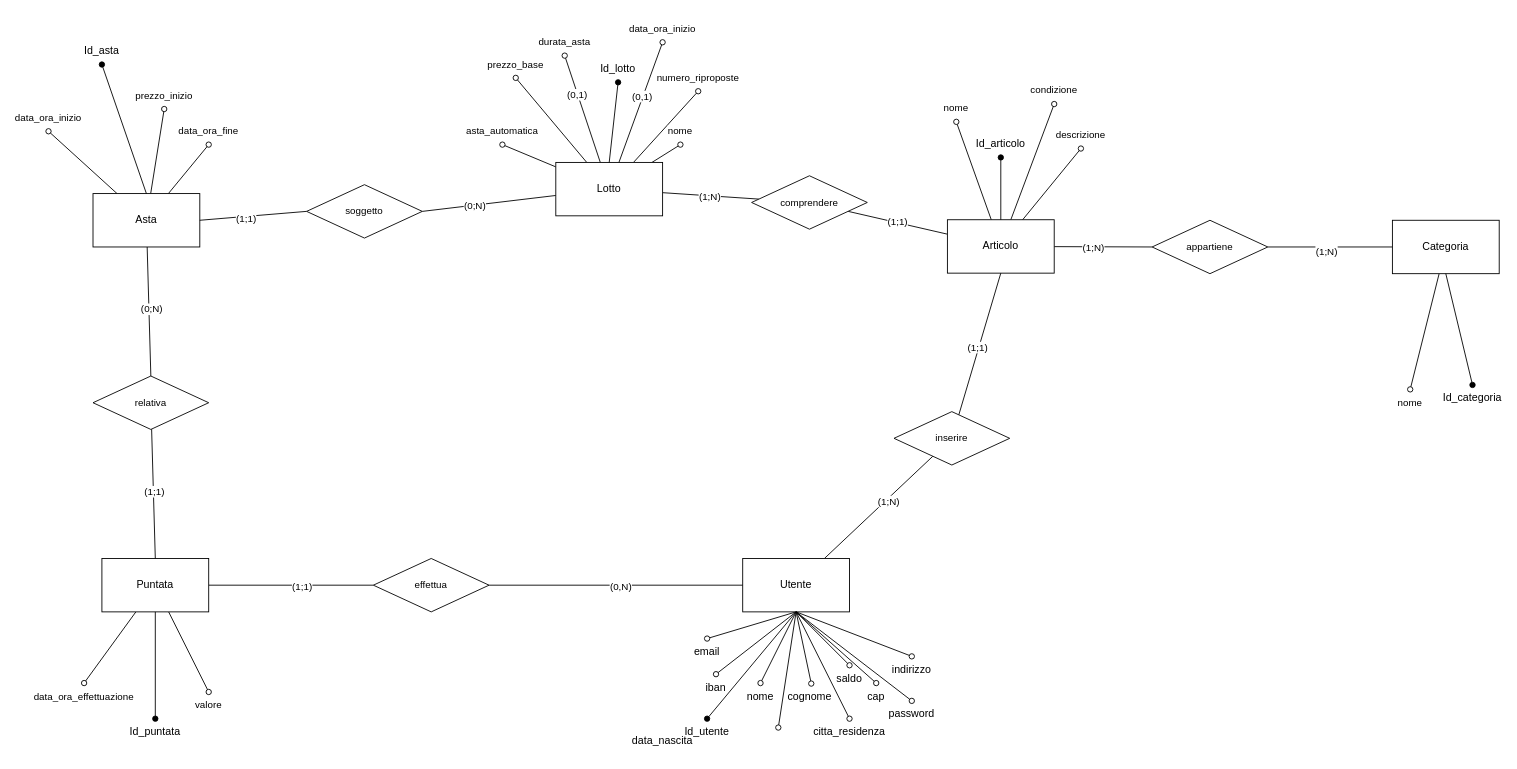
The draw.io diagram documenti/Schema_ER.drawio in Chaos-Rat/GAO, before the edit. Source tidied: cells renumbered, new cells numbered last; positions are measured from the earlier drawing's top-left corner, leaving out a move shared by most shapes. Both pictures are drawn from the tidied source at 89%, with x=0, y=0 at pixel (21, 15).
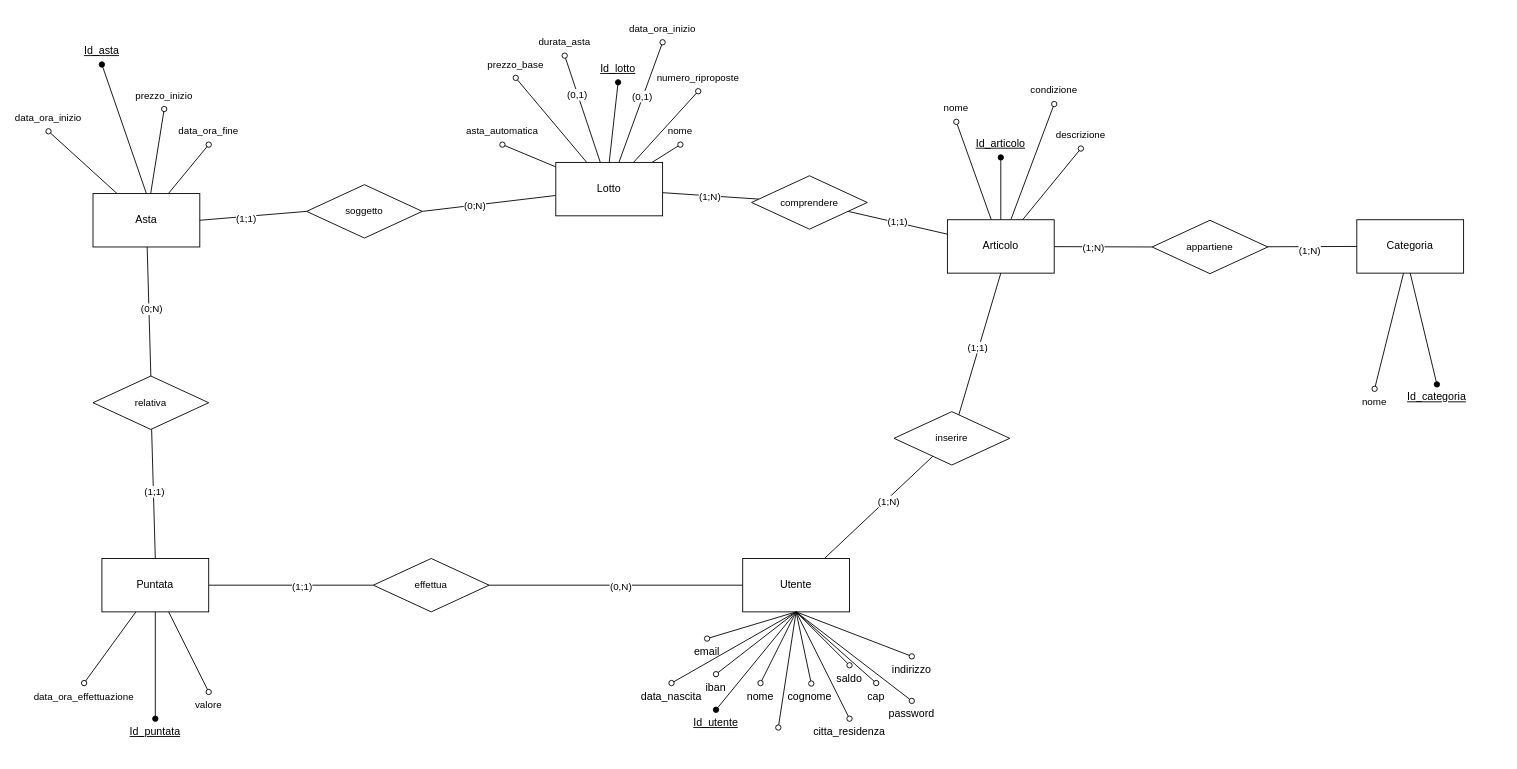
The same page after the edit.

Unchanged cells that the change refers to:
```xml
<mxCell id="4" value="Utente" style="rounded=0;whiteSpace=wrap;html=1;" parent="1" vertex="1">
  <mxGeometry x="810" y="610" width="120" height="60" as="geometry" />
</mxCell>
```

Change to the diagram source:
```diff
@@
+    <mxCell id="102" style="edgeStyle=none;rounded=0;jettySize=auto;html=1;entryX=0.5;entryY=0;entryDx=0;entryDy=0;strokeColor=default;align=center;verticalAlign=middle;fontFamily=Helvetica;fontSize=11;fontColor=default;labelBackgroundColor=default;endArrow=oval;endFill=0;exitX=0.5;exitY=1;exitDx=0;exitDy=0;" parent="1" edge="1" source="4" target="53">
+      <mxGeometry relative="1" as="geometry" />
+    </mxCell>
@@
     <mxCell id="38" value="Categoria" style="rounded=0;whiteSpace=wrap;html=1;" parent="1" vertex="1">
-      <mxGeometry x="1540" y="230" width="120" height="60" as="geometry" />
+      <mxGeometry x="1500" y="229.4" width="120" height="60" as="geometry" />
     </mxCell>
-    <mxCell id="39" value="Id_utente" style="text;html=1;align=center;verticalAlign=middle;whiteSpace=wrap;rounded=0;" parent="1" vertex="1">
-      <mxGeometry x="740" y="790" width="60" height="30" as="geometry" />
+    <mxCell id="39" value="&lt;u&gt;Id_utente&lt;/u&gt;" style="text;html=1;align=center;verticalAlign=middle;whiteSpace=wrap;rounded=0;" parent="1" vertex="1">
+      <mxGeometry x="750" y="780" width="60" height="30" as="geometry" />
     </mxCell>
@@
-    <mxCell id="41" value="Id_puntata" style="text;html=1;align=center;verticalAlign=middle;whiteSpace=wrap;rounded=0;" parent="1" vertex="1">
+    <mxCell id="41" value="&lt;u&gt;Id_puntata&lt;/u&gt;" style="text;html=1;align=center;verticalAlign=middle;whiteSpace=wrap;rounded=0;" parent="1" vertex="1">
       <mxGeometry x="120" y="790" width="60" height="30" as="geometry" />
     </mxCell>
-    <mxCell id="42" value="Id_asta" style="text;html=1;align=center;verticalAlign=middle;whiteSpace=wrap;rounded=0;" parent="1" vertex="1">
+    <mxCell id="42" value="&lt;u&gt;Id_asta&lt;/u&gt;" style="text;html=1;align=center;verticalAlign=middle;whiteSpace=wrap;rounded=0;" parent="1" vertex="1">
       <mxGeometry x="60" y="25" width="60" height="30" as="geometry" />
     </mxCell>
-    <mxCell id="43" value="Id_lotto" style="text;html=1;align=center;verticalAlign=middle;whiteSpace=wrap;rounded=0;" parent="1" vertex="1">
+    <mxCell id="43" value="&lt;u&gt;Id_lotto&lt;/u&gt;" style="text;html=1;align=center;verticalAlign=middle;whiteSpace=wrap;rounded=0;" parent="1" vertex="1">
       <mxGeometry x="640" y="45" width="60" height="30" as="geometry" />
     </mxCell>
-    <mxCell id="44" value="Id_categoria" style="text;html=1;align=center;verticalAlign=middle;whiteSpace=wrap;rounded=0;" parent="1" vertex="1">
-      <mxGeometry x="1600" y="415" width="60" height="30" as="geometry" />
+    <mxCell id="44" value="&lt;u&gt;Id_categoria&lt;/u&gt;" style="text;html=1;align=center;verticalAlign=middle;whiteSpace=wrap;rounded=0;" parent="1" vertex="1">
+      <mxGeometry x="1560" y="414.4" width="60" height="30" as="geometry" />
     </mxCell>
-    <mxCell id="45" value="Id_articolo" style="text;html=1;align=center;verticalAlign=middle;whiteSpace=wrap;rounded=0;" parent="1" vertex="1">
+    <mxCell id="45" value="&lt;u&gt;Id_articolo&lt;/u&gt;" style="text;html=1;align=center;verticalAlign=middle;whiteSpace=wrap;rounded=0;" parent="1" vertex="1">
       <mxGeometry x="1070" y="129.4" width="60" height="30" as="geometry" />
     </mxCell>
@@
     <mxCell id="53" value="data_nascita" style="text;html=1;align=center;verticalAlign=middle;whiteSpace=wrap;rounded=0;" parent="1" vertex="1">
-      <mxGeometry x="690" y="800" width="60" height="30" as="geometry" />
+      <mxGeometry x="700" y="750" width="60" height="30" as="geometry" />
     </mxCell>
@@
     <mxCell id="71" value="nome" style="text;html=1;align=center;verticalAlign=middle;whiteSpace=wrap;rounded=0;fontFamily=Helvetica;fontSize=11;fontColor=default;labelBackgroundColor=default;" parent="1" vertex="1">
-      <mxGeometry x="1530" y="420" width="60" height="30" as="geometry" />
+      <mxGeometry x="1490" y="419.4" width="60" height="30" as="geometry" />
     </mxCell>
```
